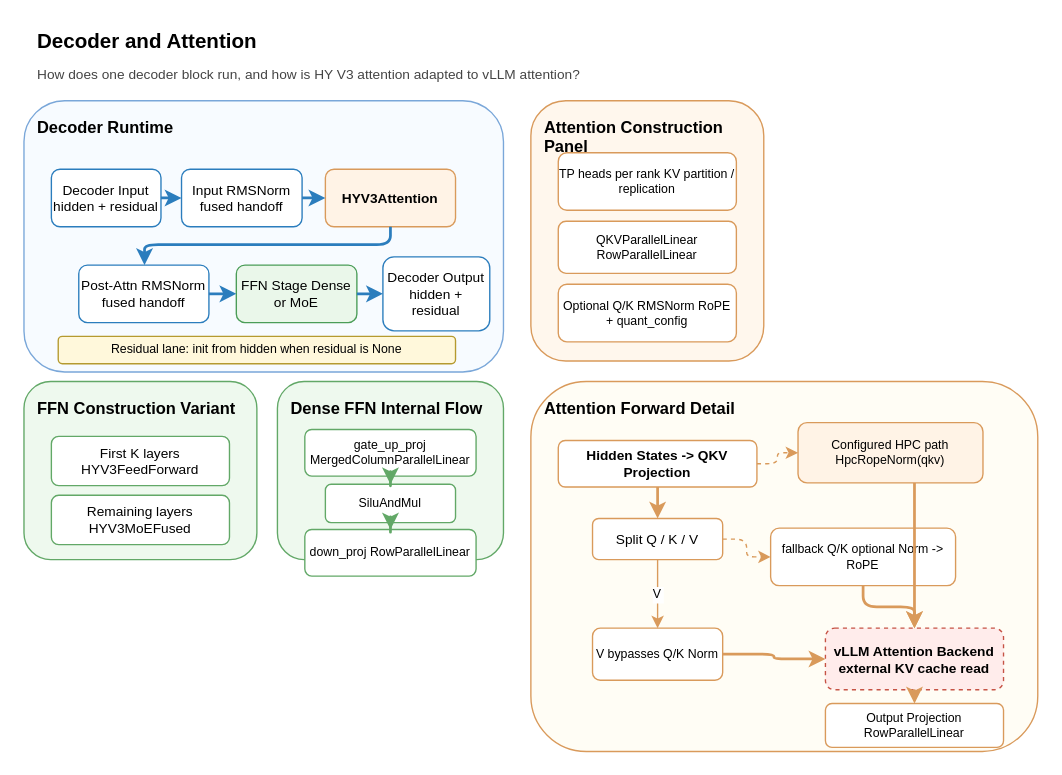
Earlier version of the draw.io diagram page "Decoder and Attention" (2 of 4) of examples/hy_v3/architecture.drawio (junjiewang253-ctrl/vllm-architecture-agent). Source tidied: cells renumbered, new cells numbered last; positions are measured from the earlier drawing's top-left corner, leaving out a move shared by most shapes. Both pictures are drawn from the tidied source at 137%, with x=0, y=0 at pixel (23, 23).
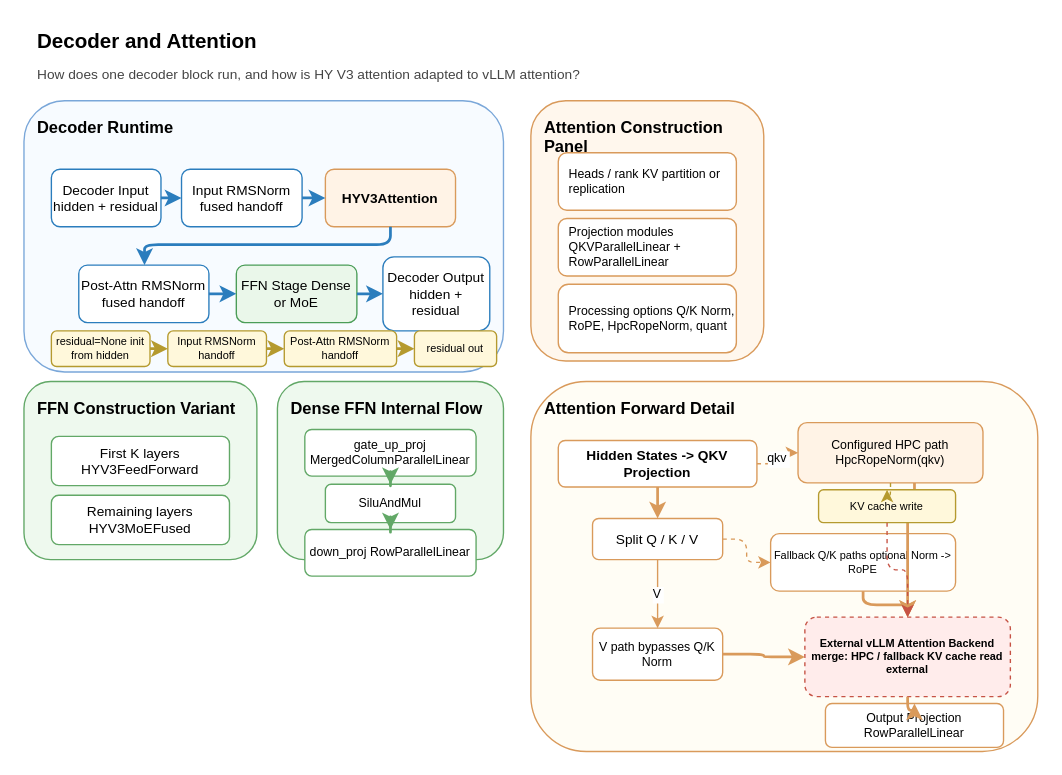
The same diagram, later.

The change refers to these unchanged cells:
```xml
<mxCell id="23" value="Hidden States -&gt; QKV Projection" style="rounded=1;whiteSpace=wrap;fillColor=#ffffff;strokeColor=#d99a5b;fontStyle=1;fontSize=10;" parent="1" vertex="1">
  <mxGeometry x="390" y="304" width="145" height="34" as="geometry" />
</mxCell>
<mxCell id="25" value="Configured HPC path HpcRopeNorm(qkv)" style="rounded=1;whiteSpace=wrap;fillColor=#fff3e6;strokeColor=#d99a5b;fontSize=9;" parent="1" vertex="1">
  <mxGeometry x="565" y="291" width="135" height="44" as="geometry" />
</mxCell>
```

The edit, as a diff of the source:
```diff
@@
-    <mxCell id="14" value="Residual lane: init from hidden when residual is None" style="rounded=1;whiteSpace=wrap;fillColor=#fff8db;strokeColor=#b59a2f;fontSize=9;" parent="1" vertex="1">
-      <mxGeometry x="25" y="228" width="290" height="20" as="geometry" />
+    <mxCell id="14" value="residual=None init from hidden" style="rounded=1;whiteSpace=wrap;fillColor=#fff8db;strokeColor=#b59a2f;fontSize=8;" parent="1" vertex="1">
+      <mxGeometry x="20" y="224" width="72" height="26" as="geometry" />
     </mxCell>
@@
-    <mxCell id="20" value="TP heads per rank KV partition / replication" style="rounded=1;whiteSpace=wrap;fillColor=#ffffff;strokeColor=#d99a5b;fontSize=9;" parent="1" vertex="1">
+    <mxCell id="20" value="Heads / rank KV partition or replication" style="rounded=1;whiteSpace=wrap;fillColor=#ffffff;strokeColor=#d99a5b;fontSize=9;align=left;spacingLeft=6;" parent="1" vertex="1">
       <mxGeometry x="390" y="94" width="130" height="42" as="geometry" />
     </mxCell>
-    <mxCell id="21" value="QKVParallelLinear RowParallelLinear" style="rounded=1;whiteSpace=wrap;fillColor=#ffffff;strokeColor=#d99a5b;fontSize=9;" parent="1" vertex="1">
-      <mxGeometry x="390" y="144" width="130" height="38" as="geometry" />
+    <mxCell id="21" value="Projection modules QKVParallelLinear + RowParallelLinear" style="rounded=1;whiteSpace=wrap;fillColor=#ffffff;strokeColor=#d99a5b;fontSize=9;align=left;spacingLeft=6;" parent="1" vertex="1">
+      <mxGeometry x="390" y="142" width="130" height="42" as="geometry" />
     </mxCell>
-    <mxCell id="22" value="Optional Q/K RMSNorm RoPE + quant_config" style="rounded=1;whiteSpace=wrap;fillColor=#ffffff;strokeColor=#d99a5b;fontSize=9;" parent="1" vertex="1">
-      <mxGeometry x="390" y="190" width="130" height="42" as="geometry" />
+    <mxCell id="22" value="Processing options Q/K Norm, RoPE, HpcRopeNorm, quant" style="rounded=1;whiteSpace=wrap;fillColor=#ffffff;strokeColor=#d99a5b;fontSize=9;align=left;spacingLeft=6;" parent="1" vertex="1">
+      <mxGeometry x="390" y="190" width="130" height="50" as="geometry" />
     </mxCell>
@@
-    <mxCell id="26" value="fallback Q/K optional Norm -&gt; RoPE" style="rounded=1;whiteSpace=wrap;fillColor=#ffffff;strokeColor=#d99a5b;fontSize=9;" parent="1" vertex="1">
-      <mxGeometry x="545" y="368" width="135" height="42" as="geometry" />
+    <mxCell id="26" value="Fallback Q/K paths optional Norm -&gt; RoPE" style="rounded=1;whiteSpace=wrap;fillColor=#ffffff;strokeColor=#d99a5b;fontSize=8;" parent="1" vertex="1">
+      <mxGeometry x="545" y="372" width="135" height="42" as="geometry" />
     </mxCell>
-    <mxCell id="27" value="V bypasses Q/K Norm" style="rounded=1;whiteSpace=wrap;fillColor=#ffffff;strokeColor=#d99a5b;fontSize=9;" parent="1" vertex="1">
+    <mxCell id="27" value="V path bypasses Q/K Norm" style="rounded=1;whiteSpace=wrap;fillColor=#ffffff;strokeColor=#d99a5b;fontSize=9;" parent="1" vertex="1">
       <mxGeometry x="415" y="441" width="95" height="38" as="geometry" />
     </mxCell>
-    <mxCell id="28" value="vLLM Attention Backend external KV cache read" style="rounded=1;whiteSpace=wrap;fillColor=#ffeceb;strokeColor=#c65345;dashed=1;fontStyle=1;fontSize=10;" parent="1" vertex="1">
-      <mxGeometry x="585" y="441" width="130" height="45" as="geometry" />
+    <mxCell id="28" value="External vLLM Attention Backend merge: HPC / fallback KV cache read external" style="rounded=1;whiteSpace=wrap;fillColor=#ffeceb;strokeColor=#c65345;dashed=1;fontStyle=1;fontSize=8;" parent="1" vertex="1">
+      <mxGeometry x="570" y="433" width="150" height="58" as="geometry" />
     </mxCell>
@@
-    <mxCell id="38" style="endArrow=classic;edgeStyle=orthogonalEdgeStyle;strokeColor=#d99a5b;dashed=1;fontSize=9;" parent="1" edge="1" source="23" target="25">
+    <mxCell id="38" value="qkv" style="endArrow=classic;edgeStyle=orthogonalEdgeStyle;strokeColor=#d99a5b;dashed=1;fontSize=9;" parent="1" edge="1" source="23" target="25">
       <mxGeometry relative="1" as="geometry" />
     </mxCell>
@@
+    <mxCell id="46" value="Input RMSNorm handoff" style="rounded=1;whiteSpace=wrap;fillColor=#fff8db;strokeColor=#b59a2f;fontSize=8;" parent="1" vertex="1">
+      <mxGeometry x="105" y="224" width="72" height="26" as="geometry" />
+    </mxCell>
+    <mxCell id="47" value="Post-Attn RMSNorm handoff" style="rounded=1;whiteSpace=wrap;fillColor=#fff8db;strokeColor=#b59a2f;fontSize=8;" parent="1" vertex="1">
+      <mxGeometry x="190" y="224" width="82" height="26" as="geometry" />
+    </mxCell>
+    <mxCell id="48" value="residual out" style="rounded=1;whiteSpace=wrap;fillColor=#fff8db;strokeColor=#b59a2f;fontSize=8;" parent="1" vertex="1">
+      <mxGeometry x="285" y="224" width="60" height="26" as="geometry" />
+    </mxCell>
+    <mxCell id="49" style="endArrow=classic;edgeStyle=orthogonalEdgeStyle;strokeColor=#b59a2f;strokeWidth=2;" parent="1" edge="1" source="14" target="46">
+      <mxGeometry relative="1" as="geometry" />
+    </mxCell>
+    <mxCell id="50" style="endArrow=classic;edgeStyle=orthogonalEdgeStyle;strokeColor=#b59a2f;strokeWidth=2;" parent="1" edge="1" source="46" target="47">
+      <mxGeometry relative="1" as="geometry" />
+    </mxCell>
+    <mxCell id="51" style="endArrow=classic;edgeStyle=orthogonalEdgeStyle;strokeColor=#b59a2f;strokeWidth=2;" parent="1" edge="1" source="47" target="48">
+      <mxGeometry relative="1" as="geometry" />
+    </mxCell>
+    <mxCell id="52" value="KV cache write" style="rounded=1;whiteSpace=wrap;fillColor=#fff8db;strokeColor=#b59a2f;fontSize=8;" parent="1" vertex="1">
+      <mxGeometry x="580" y="340" width="100" height="24" as="geometry" />
+    </mxCell>
+    <mxCell id="53" style="endArrow=classic;edgeStyle=orthogonalEdgeStyle;strokeColor=#b59a2f;dashed=1;fontSize=8;" parent="1" edge="1" source="25" target="52">
+      <mxGeometry relative="1" as="geometry" />
+    </mxCell>
+    <mxCell id="54" style="endArrow=classic;edgeStyle=orthogonalEdgeStyle;strokeColor=#c65345;dashed=1;fontSize=8;fontColor=#c65345;" parent="1" edge="1" source="52" target="28">
+      <mxGeometry relative="1" as="geometry" />
+    </mxCell>
```
